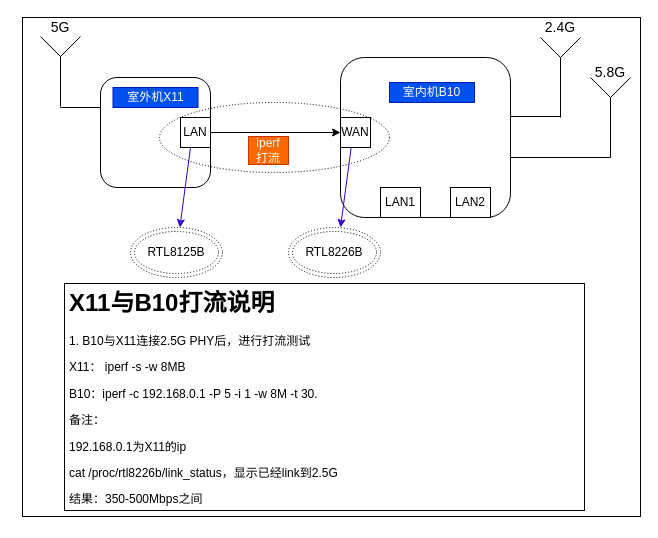
The draw.io diagram 8226.drawio in bingyu9875/tozed, before the edit. Source tidied: cells renumbered, new cells numbered last; positions are measured from the earlier drawing's top-left corner, leaving out a move shared by most shapes. Both pictures are drawn from the tidied source at 100%, with x=0, y=0 at pixel (22, 17).
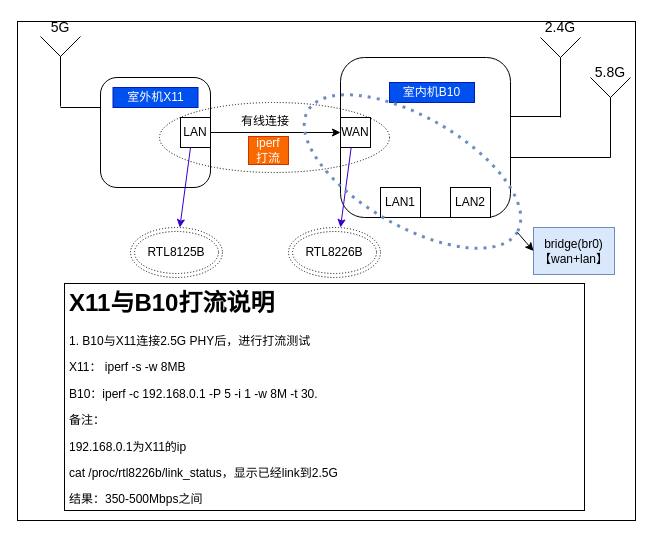
After the change.

The edit, as a diff of the source:
```diff
@@
     <mxCell id="33" style="rounded=0;whiteSpace=wrap;html=1;strokeColor=#000000;fillColor=none;" parent="1" vertex="1">
-      <mxGeometry width="618" height="499" as="geometry" />
+      <mxGeometry x="-5" y="4" width="618" height="499" as="geometry" />
     </mxCell>
+    <mxCell id="34" style="ellipse;whiteSpace=wrap;html=1;fillColor=none;dashed=1;dashPattern=1 2;rotation=30;strokeColor=#6c8ebf;strokeWidth=3;" parent="1" vertex="1">
+      <mxGeometry x="269" y="99.5" width="242" height="109" as="geometry" />
+    </mxCell>
+    <mxCell id="35" value="有线连接" style="text;html=1;strokeColor=none;fillColor=none;align=center;verticalAlign=middle;whiteSpace=wrap;rounded=0;dashed=1;dashPattern=1 2;" parent="1" vertex="1">
+      <mxGeometry x="217" y="94" width="52" height="20" as="geometry" />
+    </mxCell>
+    <mxCell id="36" value="bridge(br0)&lt;br&gt;【wan+lan】" style="text;html=1;strokeColor=#6c8ebf;fillColor=#dae8fc;align=center;verticalAlign=middle;whiteSpace=wrap;rounded=0;" parent="1" vertex="1">
+      <mxGeometry x="511" y="210" width="81" height="47" as="geometry" />
+    </mxCell>
+    <mxCell id="37" style="endArrow=classic;html=1;entryX=0;entryY=0.5;entryDx=0;entryDy=0;" parent="1" edge="1" target="36">
+      <mxGeometry relative="1" as="geometry">
+        <mxPoint x="495" y="215" as="sourcePoint" />
+      </mxGeometry>
+    </mxCell>
```
